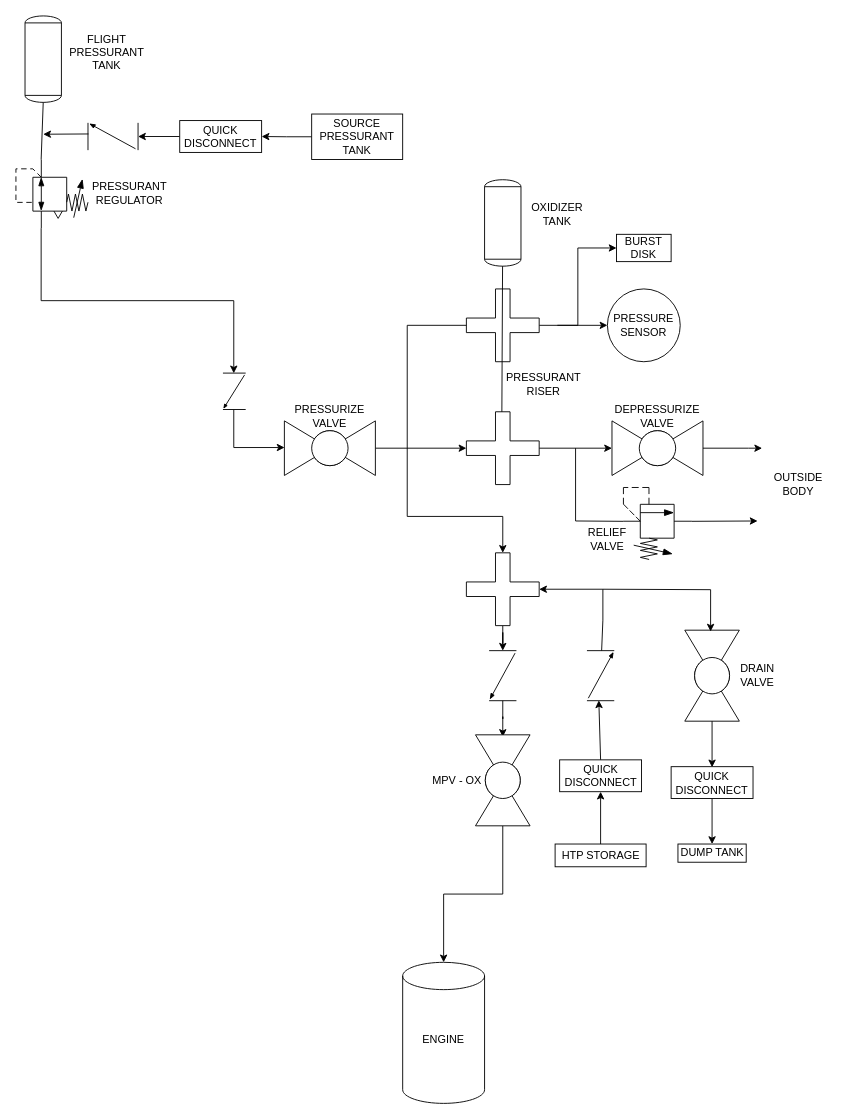
Before: ZEPHYR-X1000.drawio in jaredhumphreys3141/ZEPHYR-X1000, a draw.io diagram. Source tidied: cells renumbered, new cells numbered last; positions are measured from the earlier drawing's top-left corner, leaving out a move shared by most shapes. Both pictures are drawn from the tidied source at 91%, with x=0, y=0 at pixel (15, 15).
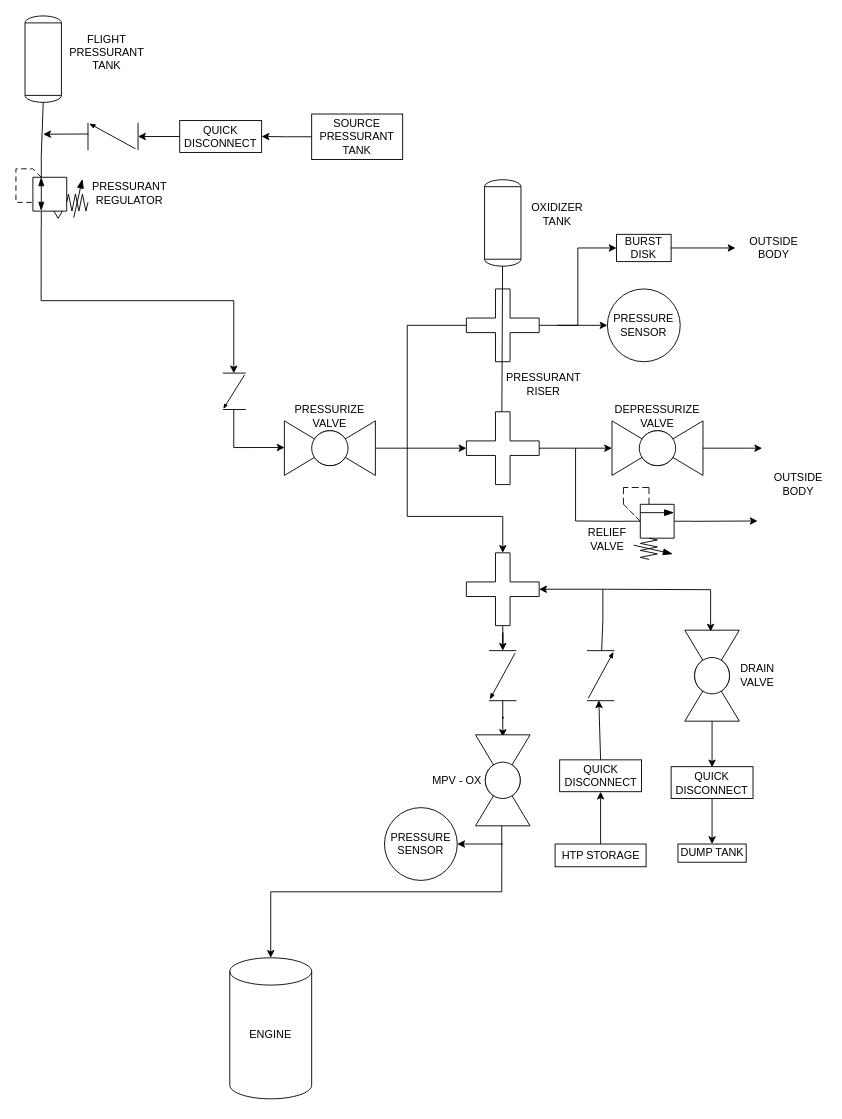
After the change.

Unchanged cells that the change refers to:
```xml
<mxCell id="25" style="shape=cylinder3;whiteSpace=wrap;html=1;boundedLbl=1;backgroundOutline=1;size=15;" parent="24" vertex="1">
  <mxGeometry width="90" height="155" as="geometry" />
</mxCell>
<mxCell id="27" value="&lt;div&gt;&lt;span style=&quot;background-color: transparent; color: light-dark(rgb(0, 0, 0), rgb(255, 255, 255));&quot;&gt;BURST DISK&lt;/span&gt;&lt;/div&gt;" style="text;html=1;whiteSpace=wrap;strokeColor=default;fillColor=none;align=center;verticalAlign=middle;rounded=0;" parent="1" vertex="1">
  <mxGeometry x="660" y="240" width="60" height="30" as="geometry" />
</mxCell>
<mxCell id="43" style="verticalLabelPosition=bottom;align=center;html=1;verticalAlign=top;dashed=0;shape=mxgraph.pid2valves.valve;valveType=ball;rotation=-90;" parent="42" vertex="1">
  <mxGeometry x="30" width="100" height="60" as="geometry" />
</mxCell>
```

Change to the diagram source:
```diff
@@
-    <mxCell id="10" style="edgeStyle=orthogonalEdgeStyle;rounded=0;jettySize=auto;html=1;" parent="1" edge="1" source="43" target="25">
+    <mxCell id="10" style="edgeStyle=orthogonalEdgeStyle;rounded=0;jettySize=auto;html=1;exitX=0.008;exitY=0.482;exitDx=0;exitDy=0;exitPerimeter=0;" parent="1" edge="1" source="43" target="25">
       <mxGeometry relative="1" as="geometry" />
     </mxCell>
@@
     <mxCell id="24" style="group;" parent="1" vertex="1">
-      <mxGeometry x="425" y="1040" width="90" height="155" as="geometry" />
+      <mxGeometry x="235" y="1035" width="90" height="155" as="geometry" />
     </mxCell>
@@
+    <mxCell id="67" style="group;" parent="1" vertex="1">
+      <mxGeometry x="405" y="870" width="80" height="80" as="geometry" />
+    </mxCell>
+    <mxCell id="68" style="ellipse;whiteSpace=wrap;html=1;" parent="67" vertex="1">
+      <mxGeometry width="80" height="80" as="geometry" />
+    </mxCell>
+    <mxCell id="69" value="PRESSURE SENSOR" style="text;html=1;whiteSpace=wrap;strokeColor=none;fillColor=none;align=center;verticalAlign=middle;rounded=0;" parent="67" vertex="1">
+      <mxGeometry x="10" y="25" width="60" height="30" as="geometry" />
+    </mxCell>
+    <mxCell id="70" style="endArrow=none;html=1;rounded=0;startArrow=classic;startFill=1;endFill=0;" parent="67" edge="1" source="68">
+      <mxGeometry relative="1" as="geometry">
+        <mxPoint x="130" y="40" as="targetPoint" />
+      </mxGeometry>
+    </mxCell>
+    <mxCell id="71" style="endArrow=classic;html=1;rounded=0;" parent="1" edge="1" source="27">
+      <mxGeometry relative="1" as="geometry">
+        <mxPoint x="790.7" y="255" as="targetPoint" />
+      </mxGeometry>
+    </mxCell>
+    <mxCell id="72" value="OUTSIDE BODY" style="text;html=1;whiteSpace=wrap;strokeColor=none;fillColor=none;align=center;verticalAlign=middle;rounded=0;" parent="1" vertex="1">
+      <mxGeometry x="802.5" y="240" width="60" height="30" as="geometry" />
+    </mxCell>
```
